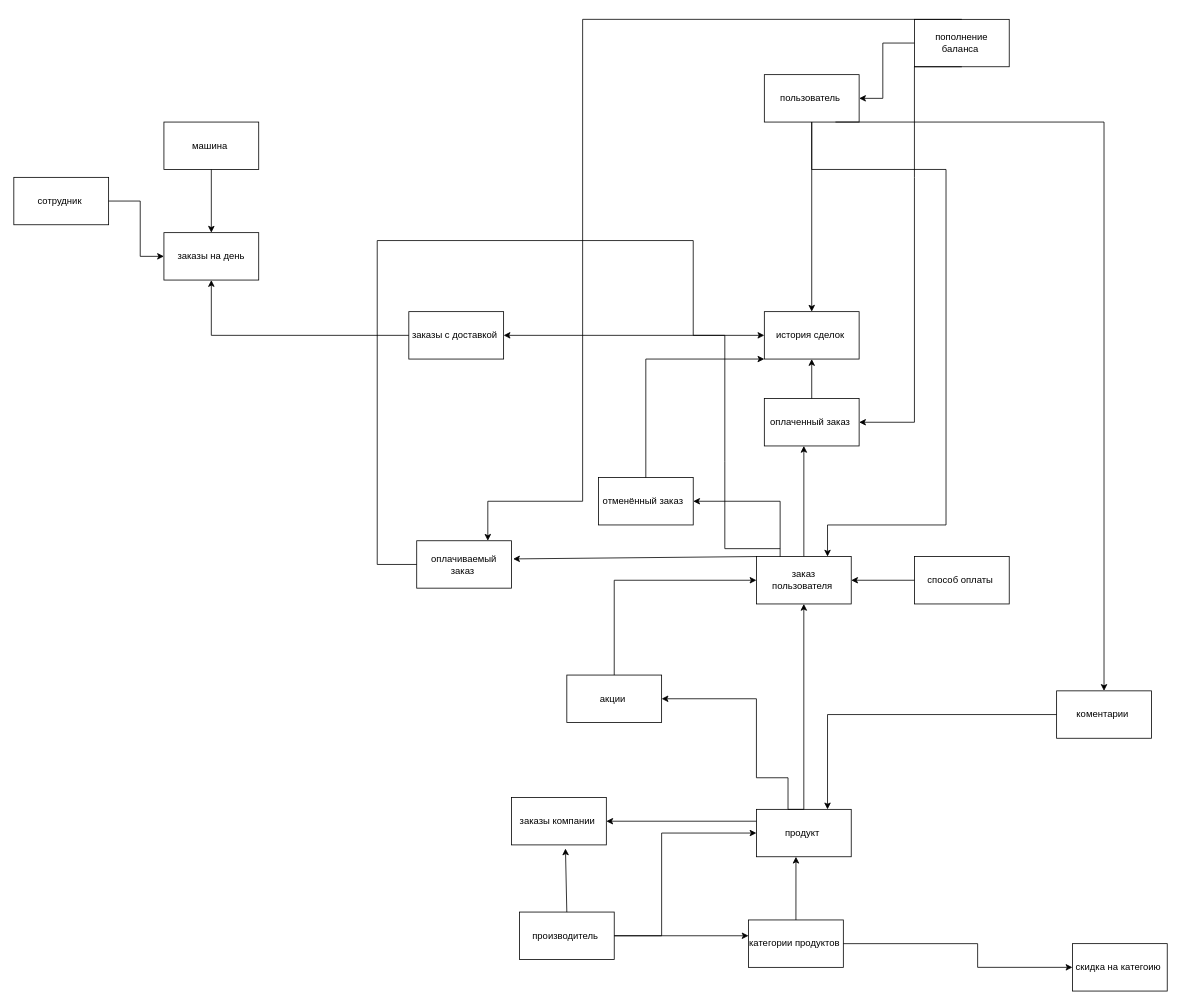
Earlier version of the draw.io diagram page "Страница 1" (1 of 2) of django_rest1/DB.drawio (alexkhub/website2). Source tidied: cells renumbered, new cells numbered last; positions are measured from the earlier drawing's top-left corner, leaving out a move shared by most shapes. Both pictures are drawn from the tidied source at 79%, with x=0, y=0 at pixel (13, 19).
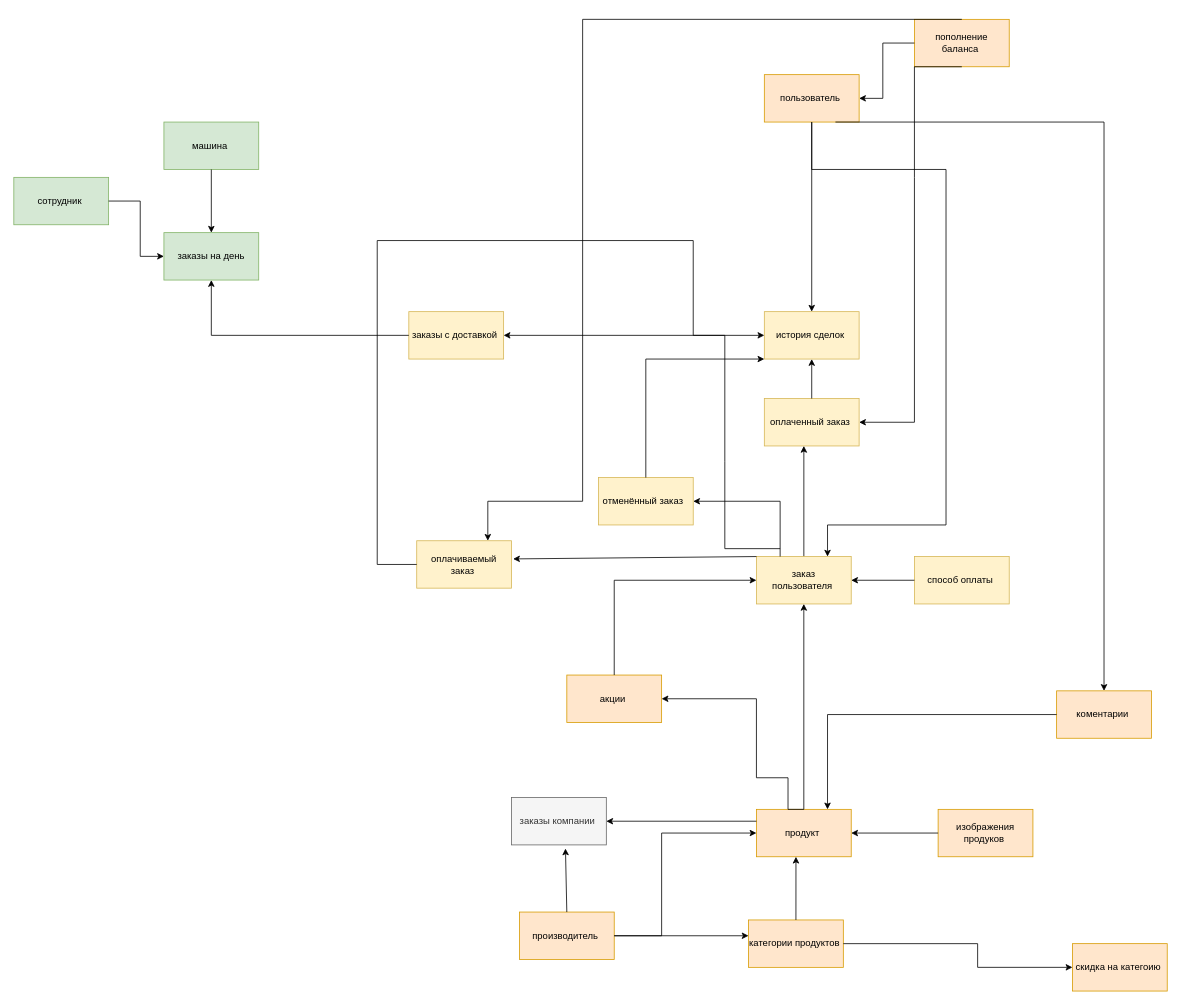
After the change.

The edit, as a diff of the source:
```diff
@@
-    <mxCell id="2" value="пользователь&amp;nbsp;" style="rounded=0;whiteSpace=wrap;html=1;" parent="1" vertex="1">
+    <mxCell id="2" value="пользователь&amp;nbsp;" style="rounded=0;whiteSpace=wrap;html=1;fillColor=#ffe6cc;strokeColor=#d79b00;" parent="1" vertex="1">
       <mxGeometry x="950" y="70" width="120" height="60" as="geometry" />
     </mxCell>
-    <mxCell id="3" value="пополнение баланса&amp;nbsp;" style="rounded=0;whiteSpace=wrap;html=1;" parent="1" vertex="1">
+    <mxCell id="3" value="пополнение баланса&amp;nbsp;" style="rounded=0;whiteSpace=wrap;html=1;fillColor=#ffe6cc;strokeColor=#d79b00;" parent="1" vertex="1">
       <mxGeometry x="1140" width="120" height="60" as="geometry" />
     </mxCell>
@@
-    <mxCell id="6" value="заказы на день" style="rounded=0;whiteSpace=wrap;html=1;" parent="1" vertex="1">
+    <mxCell id="6" value="заказы на день" style="rounded=0;whiteSpace=wrap;html=1;fillColor=#d5e8d4;strokeColor=#82b366;" parent="1" vertex="1">
       <mxGeometry x="190" y="270" width="120" height="60" as="geometry" />
     </mxCell>
-    <mxCell id="7" value="сотрудник&amp;nbsp;" style="rounded=0;whiteSpace=wrap;html=1;" parent="1" vertex="1">
+    <mxCell id="7" value="сотрудник&amp;nbsp;" style="rounded=0;whiteSpace=wrap;html=1;fillColor=#d5e8d4;strokeColor=#82b366;" parent="1" vertex="1">
       <mxGeometry y="200" width="120" height="60" as="geometry" />
     </mxCell>
-    <mxCell id="8" value="машина&amp;nbsp;" style="rounded=0;whiteSpace=wrap;html=1;" parent="1" vertex="1">
+    <mxCell id="8" value="машина&amp;nbsp;" style="rounded=0;whiteSpace=wrap;html=1;fillColor=#d5e8d4;strokeColor=#82b366;" parent="1" vertex="1">
       <mxGeometry x="190" y="130" width="120" height="60" as="geometry" />
     </mxCell>
-    <mxCell id="9" value="история сделок&amp;nbsp;" style="rounded=0;whiteSpace=wrap;html=1;" parent="1" vertex="1">
+    <mxCell id="9" value="история сделок&amp;nbsp;" style="rounded=0;whiteSpace=wrap;html=1;fillColor=#fff2cc;strokeColor=#d6b656;" parent="1" vertex="1">
       <mxGeometry x="950" y="370" width="120" height="60" as="geometry" />
     </mxCell>
-    <mxCell id="10" value="оплаченный заказ&amp;nbsp;" style="rounded=0;whiteSpace=wrap;html=1;" parent="1" vertex="1">
+    <mxCell id="10" value="оплаченный заказ&amp;nbsp;" style="rounded=0;whiteSpace=wrap;html=1;fillColor=#fff2cc;strokeColor=#d6b656;" parent="1" vertex="1">
       <mxGeometry x="950" y="480" width="120" height="60" as="geometry" />
     </mxCell>
-    <mxCell id="11" value="оплачиваемый заказ&amp;nbsp;" style="rounded=0;whiteSpace=wrap;html=1;" parent="1" vertex="1">
+    <mxCell id="11" value="оплачиваемый заказ&amp;nbsp;" style="rounded=0;whiteSpace=wrap;html=1;fillColor=#fff2cc;strokeColor=#d6b656;" parent="1" vertex="1">
       <mxGeometry x="510" y="660" width="120" height="60" as="geometry" />
     </mxCell>
-    <mxCell id="12" value="отменённый заказ&amp;nbsp;&amp;nbsp;" style="rounded=0;whiteSpace=wrap;html=1;" parent="1" vertex="1">
+    <mxCell id="12" value="отменённый заказ&amp;nbsp;&amp;nbsp;" style="rounded=0;whiteSpace=wrap;html=1;fillColor=#fff2cc;strokeColor=#d6b656;" parent="1" vertex="1">
       <mxGeometry x="740" y="580" width="120" height="60" as="geometry" />
     </mxCell>
@@
-    <mxCell id="14" value="&amp;nbsp;заказ&amp;nbsp; пользователя&amp;nbsp;" style="rounded=0;whiteSpace=wrap;html=1;" parent="1" vertex="1">
+    <mxCell id="14" value="&amp;nbsp;заказ&amp;nbsp; пользователя&amp;nbsp;" style="rounded=0;whiteSpace=wrap;html=1;fillColor=#fff2cc;strokeColor=#d6b656;" parent="1" vertex="1">
       <mxGeometry x="940" y="680" width="120" height="60" as="geometry" />
     </mxCell>
-    <mxCell id="15" value="продукт&amp;nbsp;" style="rounded=0;whiteSpace=wrap;html=1;" parent="1" vertex="1">
+    <mxCell id="15" value="продукт&amp;nbsp;" style="rounded=0;whiteSpace=wrap;html=1;fillColor=#ffe6cc;strokeColor=#d79b00;" parent="1" vertex="1">
       <mxGeometry x="940" y="1000" width="120" height="60" as="geometry" />
     </mxCell>
-    <mxCell id="16" value="скидка на категоию&amp;nbsp;" style="rounded=0;whiteSpace=wrap;html=1;" parent="1" vertex="1">
+    <mxCell id="16" value="скидка на категоию&amp;nbsp;" style="rounded=0;whiteSpace=wrap;html=1;fillColor=#ffe6cc;strokeColor=#d79b00;" parent="1" vertex="1">
       <mxGeometry x="1340" y="1170" width="120" height="60" as="geometry" />
     </mxCell>
-    <mxCell id="17" value="способ оплаты&amp;nbsp;" style="rounded=0;whiteSpace=wrap;html=1;" parent="1" vertex="1">
+    <mxCell id="17" value="способ оплаты&amp;nbsp;" style="rounded=0;whiteSpace=wrap;html=1;fillColor=#fff2cc;strokeColor=#d6b656;" parent="1" vertex="1">
       <mxGeometry x="1140" y="680" width="120" height="60" as="geometry" />
     </mxCell>
-    <mxCell id="18" value="коментарии&amp;nbsp;" style="rounded=0;whiteSpace=wrap;html=1;" parent="1" vertex="1">
+    <mxCell id="18" value="коментарии&amp;nbsp;" style="rounded=0;whiteSpace=wrap;html=1;fillColor=#ffe6cc;strokeColor=#d79b00;" parent="1" vertex="1">
       <mxGeometry x="1320" y="850" width="120" height="60" as="geometry" />
     </mxCell>
-    <mxCell id="19" value="акции&amp;nbsp;" style="rounded=0;whiteSpace=wrap;html=1;" parent="1" vertex="1">
+    <mxCell id="19" value="акции&amp;nbsp;" style="rounded=0;whiteSpace=wrap;html=1;fillColor=#ffe6cc;strokeColor=#d79b00;" parent="1" vertex="1">
       <mxGeometry x="700" y="830" width="120" height="60" as="geometry" />
     </mxCell>
-    <mxCell id="20" value="категории продуктов&amp;nbsp;" style="rounded=0;whiteSpace=wrap;html=1;" parent="1" vertex="1">
+    <mxCell id="20" value="категории продуктов&amp;nbsp;" style="rounded=0;whiteSpace=wrap;html=1;fillColor=#ffe6cc;strokeColor=#d79b00;" parent="1" vertex="1">
       <mxGeometry x="930" y="1140" width="120" height="60" as="geometry" />
     </mxCell>
-    <mxCell id="21" value="производитель&amp;nbsp;" style="rounded=0;whiteSpace=wrap;html=1;" parent="1" vertex="1">
+    <mxCell id="21" value="производитель&amp;nbsp;" style="rounded=0;whiteSpace=wrap;html=1;fillColor=#ffe6cc;strokeColor=#d79b00;" parent="1" vertex="1">
       <mxGeometry x="640" y="1130" width="120" height="60" as="geometry" />
     </mxCell>
@@
-    <mxCell id="30" value="заказы с доставкой&amp;nbsp;" style="rounded=0;whiteSpace=wrap;html=1;" parent="1" vertex="1">
+    <mxCell id="30" value="заказы с доставкой&amp;nbsp;" style="rounded=0;whiteSpace=wrap;html=1;fillColor=#fff2cc;strokeColor=#d6b656;" parent="1" vertex="1">
       <mxGeometry x="500" y="370" width="120" height="60" as="geometry" />
     </mxCell>
@@
-    <mxCell id="45" value="заказы компании&amp;nbsp;" style="rounded=0;whiteSpace=wrap;html=1;" parent="1" vertex="1">
+    <mxCell id="45" value="заказы компании&amp;nbsp;" style="rounded=0;whiteSpace=wrap;html=1;fillColor=#f5f5f5;strokeColor=#666666;fontColor=#333333;" parent="1" vertex="1">
       <mxGeometry x="630" y="985" width="120" height="60" as="geometry" />
     </mxCell>
@@
+    <mxCell id="48" value="изображения продуков&amp;nbsp;" style="rounded=0;whiteSpace=wrap;html=1;fillColor=#ffe6cc;strokeColor=#d79b00;" parent="1" vertex="1">
+      <mxGeometry x="1170" y="1000" width="120" height="60" as="geometry" />
+    </mxCell>
+    <mxCell id="49" style="endArrow=classic;html=1;rounded=0;exitX=0;exitY=0.5;exitDx=0;exitDy=0;entryX=1;entryY=0.5;entryDx=0;entryDy=0;" parent="1" edge="1" source="48" target="15">
+      <mxGeometry relative="1" as="geometry" />
+    </mxCell>
```
